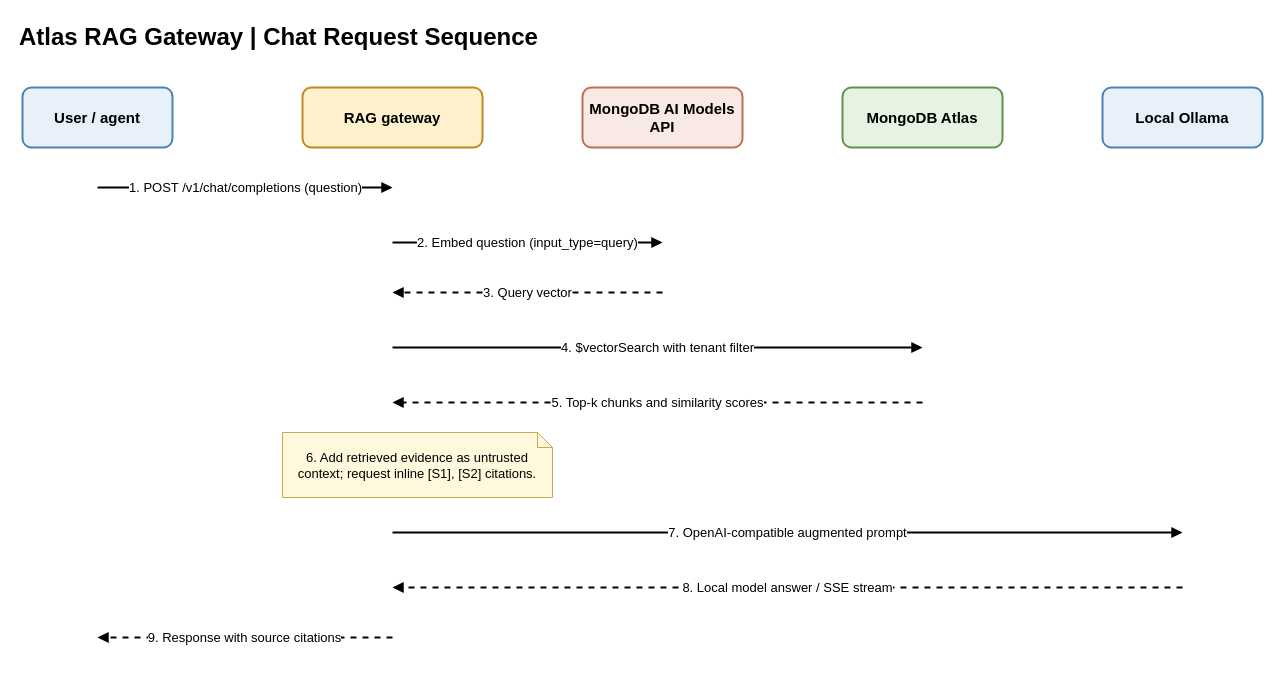
Before: docs/request-sequence.drawio in vthinsel/RAG_Gateway, a draw.io diagram. Source tidied: cells renumbered, new cells numbered last; positions are measured from the earlier drawing's top-left corner, leaving out a move shared by most shapes. Both pictures are drawn from the tidied source at 100%, with x=0, y=0 at pixel (17, 17).
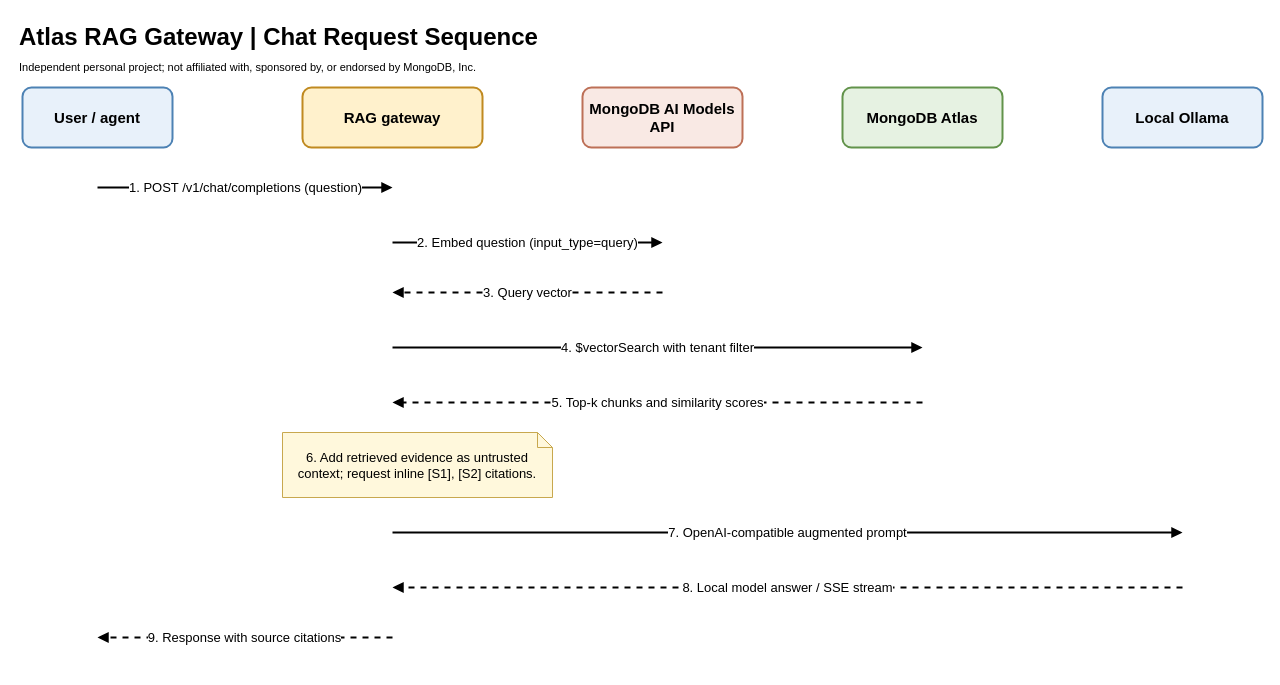
After the change.

Change to the diagram source:
```diff
@@
+    <mxCell id="22" value="Independent personal project; not affiliated with, sponsored by, or endorsed by MongoDB, Inc." style="text;html=1;strokeColor=none;fillColor=none;align=left;verticalAlign=middle;fontSize=11;" parent="1" vertex="1">
+      <mxGeometry y="40" width="900" height="20" as="geometry" />
+    </mxCell>
```
